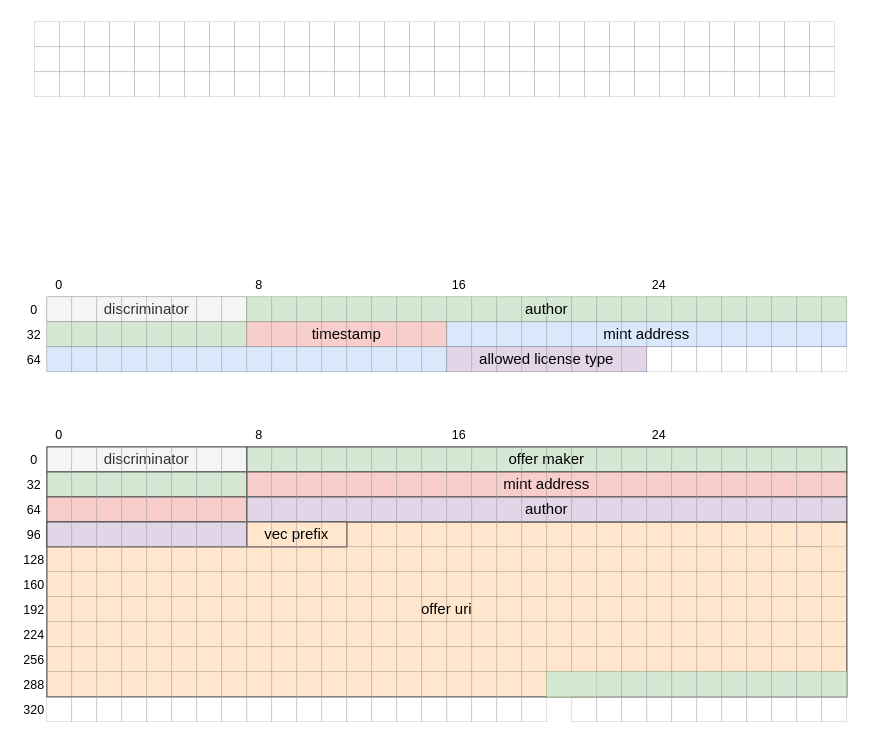
The draw.io diagram page "Structs" (8 of 16) of Masterarbeit.drawio in philman1/masterarbeit_philipp_roiner, before the edit. Source tidied: cells renumbered, new cells numbered last; positions are measured from the earlier drawing's top-left corner, leaving out a move shared by most shapes. Both pictures are drawn from the tidied source at 125%, with x=0, y=0 at pixel (21, 21).
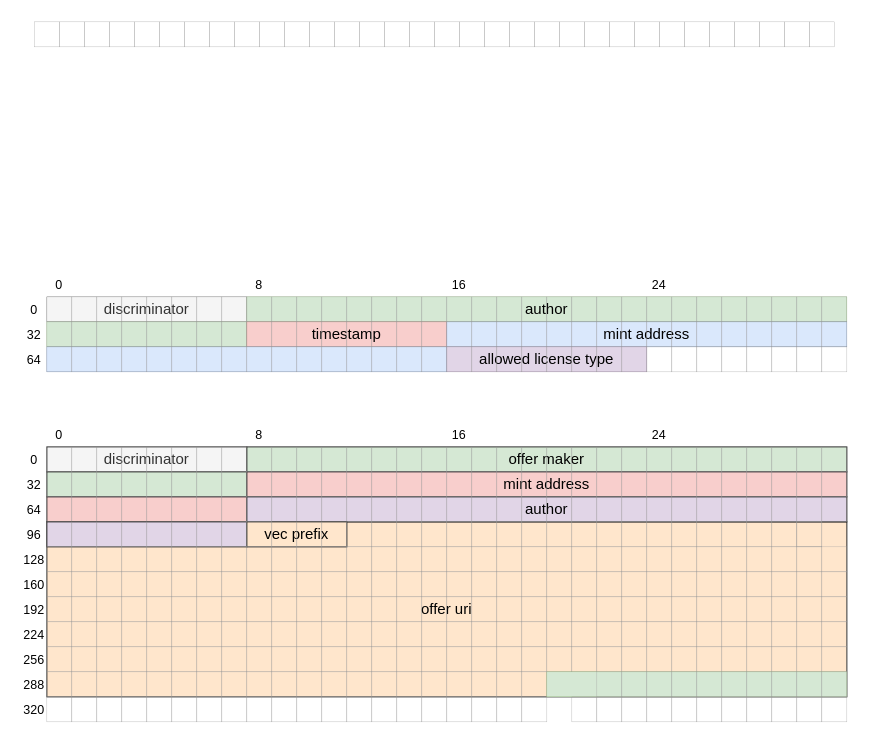
After the change.

What changed in the source:
```diff
@@
-    <mxCell id="6" style="rounded=0;whiteSpace=wrap;html=1;shadow=0;glass=0;labelBackgroundColor=none;sketch=0;fillStyle=auto;fillColor=none;strokeWidth=0.25;strokeColor=#999999;" parent="1" vertex="1">
-      <mxGeometry x="10" y="20" width="20" height="20" as="geometry" />
-    </mxCell>
-    <mxCell id="7" style="rounded=0;whiteSpace=wrap;html=1;shadow=0;glass=0;labelBackgroundColor=none;sketch=0;fillStyle=auto;fillColor=none;strokeWidth=0.25;strokeColor=#999999;" parent="1" vertex="1">
-      <mxGeometry x="30" y="20" width="20" height="20" as="geometry" />
-    </mxCell>
@@
-    <mxCell id="10" style="rounded=0;whiteSpace=wrap;html=1;shadow=0;glass=0;labelBackgroundColor=none;sketch=0;fillStyle=auto;fillColor=none;strokeWidth=0.25;strokeColor=#999999;" parent="1" vertex="1">
-      <mxGeometry x="50" y="20" width="20" height="20" as="geometry" />
-    </mxCell>
-    <mxCell id="11" style="rounded=0;whiteSpace=wrap;html=1;shadow=0;glass=0;labelBackgroundColor=none;sketch=0;fillStyle=auto;fillColor=none;strokeWidth=0.25;strokeColor=#999999;" parent="1" vertex="1">
-      <mxGeometry x="70" y="20" width="20" height="20" as="geometry" />
-    </mxCell>
@@
-    <mxCell id="14" style="rounded=0;whiteSpace=wrap;html=1;shadow=0;glass=0;labelBackgroundColor=none;sketch=0;fillStyle=auto;fillColor=none;strokeWidth=0.25;strokeColor=#999999;" parent="1" vertex="1">
-      <mxGeometry x="90" y="20" width="20" height="20" as="geometry" />
-    </mxCell>
-    <mxCell id="15" style="rounded=0;whiteSpace=wrap;html=1;shadow=0;glass=0;labelBackgroundColor=none;sketch=0;fillStyle=auto;fillColor=none;strokeWidth=0.25;strokeColor=#999999;" parent="1" vertex="1">
-      <mxGeometry x="110" y="20" width="20" height="20" as="geometry" />
-    </mxCell>
@@
-    <mxCell id="18" style="rounded=0;whiteSpace=wrap;html=1;shadow=0;glass=0;labelBackgroundColor=none;sketch=0;fillStyle=auto;fillColor=none;strokeWidth=0.25;strokeColor=#999999;" parent="1" vertex="1">
-      <mxGeometry x="130" y="20" width="20" height="20" as="geometry" />
-    </mxCell>
-    <mxCell id="19" style="rounded=0;whiteSpace=wrap;html=1;shadow=0;glass=0;labelBackgroundColor=none;sketch=0;fillStyle=auto;fillColor=none;strokeWidth=0.25;strokeColor=#999999;" parent="1" vertex="1">
-      <mxGeometry x="150" y="20" width="20" height="20" as="geometry" />
-    </mxCell>
@@
-    <mxCell id="22" style="rounded=0;whiteSpace=wrap;html=1;shadow=0;glass=0;labelBackgroundColor=none;sketch=0;fillStyle=auto;fillColor=none;strokeWidth=0.25;strokeColor=#999999;" parent="1" vertex="1">
-      <mxGeometry x="170" y="20" width="20" height="20" as="geometry" />
-    </mxCell>
-    <mxCell id="23" style="rounded=0;whiteSpace=wrap;html=1;shadow=0;glass=0;labelBackgroundColor=none;sketch=0;fillStyle=auto;fillColor=none;strokeWidth=0.25;strokeColor=#999999;" parent="1" vertex="1">
-      <mxGeometry x="190" y="20" width="20" height="20" as="geometry" />
-    </mxCell>
@@
-    <mxCell id="26" style="rounded=0;whiteSpace=wrap;html=1;shadow=0;glass=0;labelBackgroundColor=none;sketch=0;fillStyle=auto;fillColor=none;strokeWidth=0.25;strokeColor=#999999;" parent="1" vertex="1">
-      <mxGeometry x="210" y="20" width="20" height="20" as="geometry" />
-    </mxCell>
-    <mxCell id="27" style="rounded=0;whiteSpace=wrap;html=1;shadow=0;glass=0;labelBackgroundColor=none;sketch=0;fillStyle=auto;fillColor=none;strokeWidth=0.25;strokeColor=#999999;" parent="1" vertex="1">
-      <mxGeometry x="230" y="20" width="20" height="20" as="geometry" />
-    </mxCell>
@@
-    <mxCell id="30" style="rounded=0;whiteSpace=wrap;html=1;shadow=0;glass=0;labelBackgroundColor=none;sketch=0;fillStyle=auto;fillColor=none;strokeWidth=0.25;strokeColor=#999999;" parent="1" vertex="1">
-      <mxGeometry x="250" y="20" width="20" height="20" as="geometry" />
-    </mxCell>
-    <mxCell id="31" style="rounded=0;whiteSpace=wrap;html=1;shadow=0;glass=0;labelBackgroundColor=none;sketch=0;fillStyle=auto;fillColor=none;strokeWidth=0.25;strokeColor=#999999;" parent="1" vertex="1">
-      <mxGeometry x="270" y="20" width="20" height="20" as="geometry" />
-    </mxCell>
@@
-    <mxCell id="34" style="rounded=0;whiteSpace=wrap;html=1;shadow=0;glass=0;labelBackgroundColor=none;sketch=0;fillStyle=auto;fillColor=none;strokeWidth=0.25;strokeColor=#999999;" parent="1" vertex="1">
-      <mxGeometry x="290" y="20" width="20" height="20" as="geometry" />
-    </mxCell>
-    <mxCell id="35" style="rounded=0;whiteSpace=wrap;html=1;shadow=0;glass=0;labelBackgroundColor=none;sketch=0;fillStyle=auto;fillColor=none;strokeWidth=0.25;strokeColor=#999999;" parent="1" vertex="1">
-      <mxGeometry x="310" y="20" width="20" height="20" as="geometry" />
-    </mxCell>
@@
-    <mxCell id="38" style="rounded=0;whiteSpace=wrap;html=1;shadow=0;glass=0;labelBackgroundColor=none;sketch=0;fillStyle=auto;fillColor=none;strokeWidth=0.25;strokeColor=#999999;" parent="1" vertex="1">
-      <mxGeometry x="330" y="20" width="20" height="20" as="geometry" />
-    </mxCell>
-    <mxCell id="39" style="rounded=0;whiteSpace=wrap;html=1;shadow=0;glass=0;labelBackgroundColor=none;sketch=0;fillStyle=auto;fillColor=none;strokeWidth=0.25;strokeColor=#999999;" parent="1" vertex="1">
-      <mxGeometry x="350" y="20" width="20" height="20" as="geometry" />
-    </mxCell>
@@
-    <mxCell id="42" style="rounded=0;whiteSpace=wrap;html=1;shadow=0;glass=0;labelBackgroundColor=none;sketch=0;fillStyle=auto;fillColor=none;strokeWidth=0.25;strokeColor=#999999;" parent="1" vertex="1">
-      <mxGeometry x="370" y="20" width="20" height="20" as="geometry" />
-    </mxCell>
-    <mxCell id="43" style="rounded=0;whiteSpace=wrap;html=1;shadow=0;glass=0;labelBackgroundColor=none;sketch=0;fillStyle=auto;fillColor=none;strokeWidth=0.25;strokeColor=#999999;" parent="1" vertex="1">
-      <mxGeometry x="390" y="20" width="20" height="20" as="geometry" />
-    </mxCell>
@@
-    <mxCell id="46" style="rounded=0;whiteSpace=wrap;html=1;shadow=0;glass=0;labelBackgroundColor=none;sketch=0;fillStyle=auto;fillColor=none;strokeWidth=0.25;strokeColor=#999999;" parent="1" vertex="1">
-      <mxGeometry x="410" y="20" width="20" height="20" as="geometry" />
-    </mxCell>
-    <mxCell id="47" style="rounded=0;whiteSpace=wrap;html=1;shadow=0;glass=0;labelBackgroundColor=none;sketch=0;fillStyle=auto;fillColor=none;strokeWidth=0.25;strokeColor=#999999;" parent="1" vertex="1">
-      <mxGeometry x="430" y="20" width="20" height="20" as="geometry" />
-    </mxCell>
@@
-    <mxCell id="50" style="rounded=0;whiteSpace=wrap;html=1;shadow=0;glass=0;labelBackgroundColor=none;sketch=0;fillStyle=auto;fillColor=none;strokeWidth=0.25;strokeColor=#999999;" parent="1" vertex="1">
-      <mxGeometry x="450" y="20" width="20" height="20" as="geometry" />
-    </mxCell>
-    <mxCell id="51" style="rounded=0;whiteSpace=wrap;html=1;shadow=0;glass=0;labelBackgroundColor=none;sketch=0;fillStyle=auto;fillColor=none;strokeWidth=0.25;strokeColor=#999999;" parent="1" vertex="1">
-      <mxGeometry x="470" y="20" width="20" height="20" as="geometry" />
-    </mxCell>
@@
-    <mxCell id="54" style="rounded=0;whiteSpace=wrap;html=1;shadow=0;glass=0;labelBackgroundColor=none;sketch=0;fillStyle=auto;fillColor=none;strokeWidth=0.25;strokeColor=#999999;" parent="1" vertex="1">
-      <mxGeometry x="490" y="20" width="20" height="20" as="geometry" />
-    </mxCell>
-    <mxCell id="55" style="rounded=0;whiteSpace=wrap;html=1;shadow=0;glass=0;labelBackgroundColor=none;sketch=0;fillStyle=auto;fillColor=none;strokeWidth=0.25;strokeColor=#999999;" parent="1" vertex="1">
-      <mxGeometry x="510" y="20" width="20" height="20" as="geometry" />
-    </mxCell>
@@
-    <mxCell id="58" style="rounded=0;whiteSpace=wrap;html=1;shadow=0;glass=0;labelBackgroundColor=none;sketch=0;fillStyle=auto;fillColor=none;strokeWidth=0.25;strokeColor=#999999;" parent="1" vertex="1">
-      <mxGeometry x="530" y="20" width="20" height="20" as="geometry" />
-    </mxCell>
-    <mxCell id="59" style="rounded=0;whiteSpace=wrap;html=1;shadow=0;glass=0;labelBackgroundColor=none;sketch=0;fillStyle=auto;fillColor=none;strokeWidth=0.25;strokeColor=#999999;" parent="1" vertex="1">
-      <mxGeometry x="550" y="20" width="20" height="20" as="geometry" />
-    </mxCell>
@@
-    <mxCell id="62" style="rounded=0;whiteSpace=wrap;html=1;shadow=0;glass=0;labelBackgroundColor=none;sketch=0;fillStyle=auto;fillColor=none;strokeWidth=0.25;strokeColor=#999999;" parent="1" vertex="1">
-      <mxGeometry x="570" y="20" width="20" height="20" as="geometry" />
-    </mxCell>
-    <mxCell id="63" style="rounded=0;whiteSpace=wrap;html=1;shadow=0;glass=0;labelBackgroundColor=none;sketch=0;fillStyle=auto;fillColor=none;strokeWidth=0.25;strokeColor=#999999;" parent="1" vertex="1">
-      <mxGeometry x="590" y="20" width="20" height="20" as="geometry" />
-    </mxCell>
@@
-    <mxCell id="66" style="rounded=0;whiteSpace=wrap;html=1;shadow=0;glass=0;labelBackgroundColor=none;sketch=0;fillStyle=auto;fillColor=none;strokeWidth=0.25;strokeColor=#999999;" parent="1" vertex="1">
-      <mxGeometry x="610" y="20" width="20" height="20" as="geometry" />
-    </mxCell>
-    <mxCell id="67" style="rounded=0;whiteSpace=wrap;html=1;shadow=0;glass=0;labelBackgroundColor=none;sketch=0;fillStyle=auto;fillColor=none;strokeWidth=0.25;strokeColor=#999999;" parent="1" vertex="1">
-      <mxGeometry x="630" y="20" width="20" height="20" as="geometry" />
-    </mxCell>
@@
-    <mxCell id="290" style="rounded=0;whiteSpace=wrap;html=1;shadow=0;glass=0;labelBackgroundColor=none;sketch=0;fillStyle=auto;fillColor=none;strokeWidth=0.25;strokeColor=#999999;" parent="1" vertex="1">
-      <mxGeometry x="10" y="40" width="20" height="20" as="geometry" />
-    </mxCell>
-    <mxCell id="291" style="rounded=0;whiteSpace=wrap;html=1;shadow=0;glass=0;labelBackgroundColor=none;sketch=0;fillStyle=auto;fillColor=none;strokeWidth=0.25;strokeColor=#999999;" parent="1" vertex="1">
-      <mxGeometry x="30" y="40" width="20" height="20" as="geometry" />
-    </mxCell>
-    <mxCell id="292" style="rounded=0;whiteSpace=wrap;html=1;shadow=0;glass=0;labelBackgroundColor=none;sketch=0;fillStyle=auto;fillColor=none;strokeWidth=0.25;strokeColor=#999999;" parent="1" vertex="1">
-      <mxGeometry x="50" y="40" width="20" height="20" as="geometry" />
-    </mxCell>
-    <mxCell id="293" style="rounded=0;whiteSpace=wrap;html=1;shadow=0;glass=0;labelBackgroundColor=none;sketch=0;fillStyle=auto;fillColor=none;strokeWidth=0.25;strokeColor=#999999;" parent="1" vertex="1">
-      <mxGeometry x="70" y="40" width="20" height="20" as="geometry" />
-    </mxCell>
-    <mxCell id="294" style="rounded=0;whiteSpace=wrap;html=1;shadow=0;glass=0;labelBackgroundColor=none;sketch=0;fillStyle=auto;fillColor=none;strokeWidth=0.25;strokeColor=#999999;" parent="1" vertex="1">
-      <mxGeometry x="90" y="40" width="20" height="20" as="geometry" />
-    </mxCell>
-    <mxCell id="295" style="rounded=0;whiteSpace=wrap;html=1;shadow=0;glass=0;labelBackgroundColor=none;sketch=0;fillStyle=auto;fillColor=none;strokeWidth=0.25;strokeColor=#999999;" parent="1" vertex="1">
-      <mxGeometry x="110" y="40" width="20" height="20" as="geometry" />
-    </mxCell>
-    <mxCell id="296" style="rounded=0;whiteSpace=wrap;html=1;shadow=0;glass=0;labelBackgroundColor=none;sketch=0;fillStyle=auto;fillColor=none;strokeWidth=0.25;strokeColor=#999999;" parent="1" vertex="1">
-      <mxGeometry x="130" y="40" width="20" height="20" as="geometry" />
-    </mxCell>
-    <mxCell id="297" style="rounded=0;whiteSpace=wrap;html=1;shadow=0;glass=0;labelBackgroundColor=none;sketch=0;fillStyle=auto;fillColor=none;strokeWidth=0.25;strokeColor=#999999;" parent="1" vertex="1">
-      <mxGeometry x="150" y="40" width="20" height="20" as="geometry" />
-    </mxCell>
-    <mxCell id="298" style="rounded=0;whiteSpace=wrap;html=1;shadow=0;glass=0;labelBackgroundColor=none;sketch=0;fillStyle=auto;fillColor=none;strokeWidth=0.25;strokeColor=#999999;" parent="1" vertex="1">
-      <mxGeometry x="170" y="40" width="20" height="20" as="geometry" />
-    </mxCell>
-    <mxCell id="299" style="rounded=0;whiteSpace=wrap;html=1;shadow=0;glass=0;labelBackgroundColor=none;sketch=0;fillStyle=auto;fillColor=none;strokeWidth=0.25;strokeColor=#999999;" parent="1" vertex="1">
-      <mxGeometry x="190" y="40" width="20" height="20" as="geometry" />
-    </mxCell>
-    <mxCell id="300" style="rounded=0;whiteSpace=wrap;html=1;shadow=0;glass=0;labelBackgroundColor=none;sketch=0;fillStyle=auto;fillColor=none;strokeWidth=0.25;strokeColor=#999999;" parent="1" vertex="1">
-      <mxGeometry x="210" y="40" width="20" height="20" as="geometry" />
-    </mxCell>
-    <mxCell id="301" style="rounded=0;whiteSpace=wrap;html=1;shadow=0;glass=0;labelBackgroundColor=none;sketch=0;fillStyle=auto;fillColor=none;strokeWidth=0.25;strokeColor=#999999;" parent="1" vertex="1">
-      <mxGeometry x="230" y="40" width="20" height="20" as="geometry" />
-    </mxCell>
-    <mxCell id="302" style="rounded=0;whiteSpace=wrap;html=1;shadow=0;glass=0;labelBackgroundColor=none;sketch=0;fillStyle=auto;fillColor=none;strokeWidth=0.25;strokeColor=#999999;" parent="1" vertex="1">
-      <mxGeometry x="250" y="40" width="20" height="20" as="geometry" />
-    </mxCell>
-    <mxCell id="303" style="rounded=0;whiteSpace=wrap;html=1;shadow=0;glass=0;labelBackgroundColor=none;sketch=0;fillStyle=auto;fillColor=none;strokeWidth=0.25;strokeColor=#999999;" parent="1" vertex="1">
-      <mxGeometry x="270" y="40" width="20" height="20" as="geometry" />
-    </mxCell>
-    <mxCell id="304" style="rounded=0;whiteSpace=wrap;html=1;shadow=0;glass=0;labelBackgroundColor=none;sketch=0;fillStyle=auto;fillColor=none;strokeWidth=0.25;strokeColor=#999999;" parent="1" vertex="1">
-      <mxGeometry x="290" y="40" width="20" height="20" as="geometry" />
-    </mxCell>
-    <mxCell id="305" style="rounded=0;whiteSpace=wrap;html=1;shadow=0;glass=0;labelBackgroundColor=none;sketch=0;fillStyle=auto;fillColor=none;strokeWidth=0.25;strokeColor=#999999;" parent="1" vertex="1">
-      <mxGeometry x="310" y="40" width="20" height="20" as="geometry" />
-    </mxCell>
-    <mxCell id="306" style="rounded=0;whiteSpace=wrap;html=1;shadow=0;glass=0;labelBackgroundColor=none;sketch=0;fillStyle=auto;fillColor=none;strokeWidth=0.25;strokeColor=#999999;" parent="1" vertex="1">
-      <mxGeometry x="330" y="40" width="20" height="20" as="geometry" />
-    </mxCell>
-    <mxCell id="307" style="rounded=0;whiteSpace=wrap;html=1;shadow=0;glass=0;labelBackgroundColor=none;sketch=0;fillStyle=auto;fillColor=none;strokeWidth=0.25;strokeColor=#999999;" parent="1" vertex="1">
-      <mxGeometry x="350" y="40" width="20" height="20" as="geometry" />
-    </mxCell>
-    <mxCell id="308" style="rounded=0;whiteSpace=wrap;html=1;shadow=0;glass=0;labelBackgroundColor=none;sketch=0;fillStyle=auto;fillColor=none;strokeWidth=0.25;strokeColor=#999999;" parent="1" vertex="1">
-      <mxGeometry x="370" y="40" width="20" height="20" as="geometry" />
-    </mxCell>
-    <mxCell id="309" style="rounded=0;whiteSpace=wrap;html=1;shadow=0;glass=0;labelBackgroundColor=none;sketch=0;fillStyle=auto;fillColor=none;strokeWidth=0.25;strokeColor=#999999;" parent="1" vertex="1">
-      <mxGeometry x="390" y="40" width="20" height="20" as="geometry" />
-    </mxCell>
-    <mxCell id="310" style="rounded=0;whiteSpace=wrap;html=1;shadow=0;glass=0;labelBackgroundColor=none;sketch=0;fillStyle=auto;fillColor=none;strokeWidth=0.25;strokeColor=#999999;" parent="1" vertex="1">
-      <mxGeometry x="410" y="40" width="20" height="20" as="geometry" />
-    </mxCell>
-    <mxCell id="311" style="rounded=0;whiteSpace=wrap;html=1;shadow=0;glass=0;labelBackgroundColor=none;sketch=0;fillStyle=auto;fillColor=none;strokeWidth=0.25;strokeColor=#999999;" parent="1" vertex="1">
-      <mxGeometry x="430" y="40" width="20" height="20" as="geometry" />
-    </mxCell>
-    <mxCell id="312" style="rounded=0;whiteSpace=wrap;html=1;shadow=0;glass=0;labelBackgroundColor=none;sketch=0;fillStyle=auto;fillColor=none;strokeWidth=0.25;strokeColor=#999999;" parent="1" vertex="1">
-      <mxGeometry x="450" y="40" width="20" height="20" as="geometry" />
-    </mxCell>
-    <mxCell id="313" style="rounded=0;whiteSpace=wrap;html=1;shadow=0;glass=0;labelBackgroundColor=none;sketch=0;fillStyle=auto;fillColor=none;strokeWidth=0.25;strokeColor=#999999;" parent="1" vertex="1">
-      <mxGeometry x="470" y="40" width="20" height="20" as="geometry" />
-    </mxCell>
-    <mxCell id="314" style="rounded=0;whiteSpace=wrap;html=1;shadow=0;glass=0;labelBackgroundColor=none;sketch=0;fillStyle=auto;fillColor=none;strokeWidth=0.25;strokeColor=#999999;" parent="1" vertex="1">
-      <mxGeometry x="490" y="40" width="20" height="20" as="geometry" />
-    </mxCell>
-    <mxCell id="315" style="rounded=0;whiteSpace=wrap;html=1;shadow=0;glass=0;labelBackgroundColor=none;sketch=0;fillStyle=auto;fillColor=none;strokeWidth=0.25;strokeColor=#999999;" parent="1" vertex="1">
-      <mxGeometry x="510" y="40" width="20" height="20" as="geometry" />
-    </mxCell>
-    <mxCell id="316" style="rounded=0;whiteSpace=wrap;html=1;shadow=0;glass=0;labelBackgroundColor=none;sketch=0;fillStyle=auto;fillColor=none;strokeWidth=0.25;strokeColor=#999999;" parent="1" vertex="1">
-      <mxGeometry x="530" y="40" width="20" height="20" as="geometry" />
-    </mxCell>
-    <mxCell id="317" style="rounded=0;whiteSpace=wrap;html=1;shadow=0;glass=0;labelBackgroundColor=none;sketch=0;fillStyle=auto;fillColor=none;strokeWidth=0.25;strokeColor=#999999;" parent="1" vertex="1">
-      <mxGeometry x="550" y="40" width="20" height="20" as="geometry" />
-    </mxCell>
-    <mxCell id="318" style="rounded=0;whiteSpace=wrap;html=1;shadow=0;glass=0;labelBackgroundColor=none;sketch=0;fillStyle=auto;fillColor=none;strokeWidth=0.25;strokeColor=#999999;" parent="1" vertex="1">
-      <mxGeometry x="570" y="40" width="20" height="20" as="geometry" />
-    </mxCell>
-    <mxCell id="319" style="rounded=0;whiteSpace=wrap;html=1;shadow=0;glass=0;labelBackgroundColor=none;sketch=0;fillStyle=auto;fillColor=none;strokeWidth=0.25;strokeColor=#999999;" parent="1" vertex="1">
-      <mxGeometry x="590" y="40" width="20" height="20" as="geometry" />
-    </mxCell>
-    <mxCell id="320" style="rounded=0;whiteSpace=wrap;html=1;shadow=0;glass=0;labelBackgroundColor=none;sketch=0;fillStyle=auto;fillColor=none;strokeWidth=0.25;strokeColor=#999999;" parent="1" vertex="1">
-      <mxGeometry x="610" y="40" width="20" height="20" as="geometry" />
-    </mxCell>
-    <mxCell id="321" style="rounded=0;whiteSpace=wrap;html=1;shadow=0;glass=0;labelBackgroundColor=none;sketch=0;fillStyle=auto;fillColor=none;strokeWidth=0.25;strokeColor=#999999;" parent="1" vertex="1">
-      <mxGeometry x="630" y="40" width="20" height="20" as="geometry" />
-    </mxCell>
```
